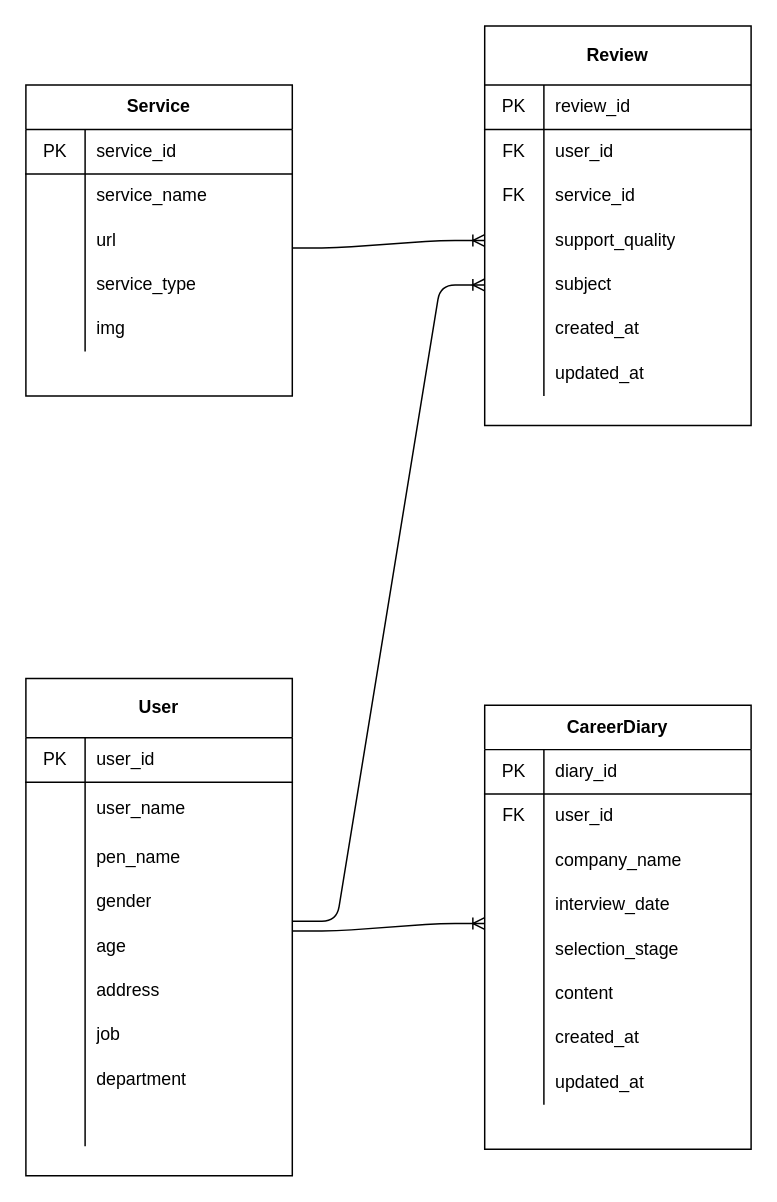
This is venv_private_diary/private_diary/設計図/ER.drawio from kotaro-777/CARICOMI, a draw.io file, before an edit. Source tidied: cells renumbered, new cells numbered last; positions are measured from the earlier drawing's top-left corner, leaving out a move shared by most shapes. Both pictures are drawn from the tidied source at 148%, with x=0, y=0 at pixel (25, 25).
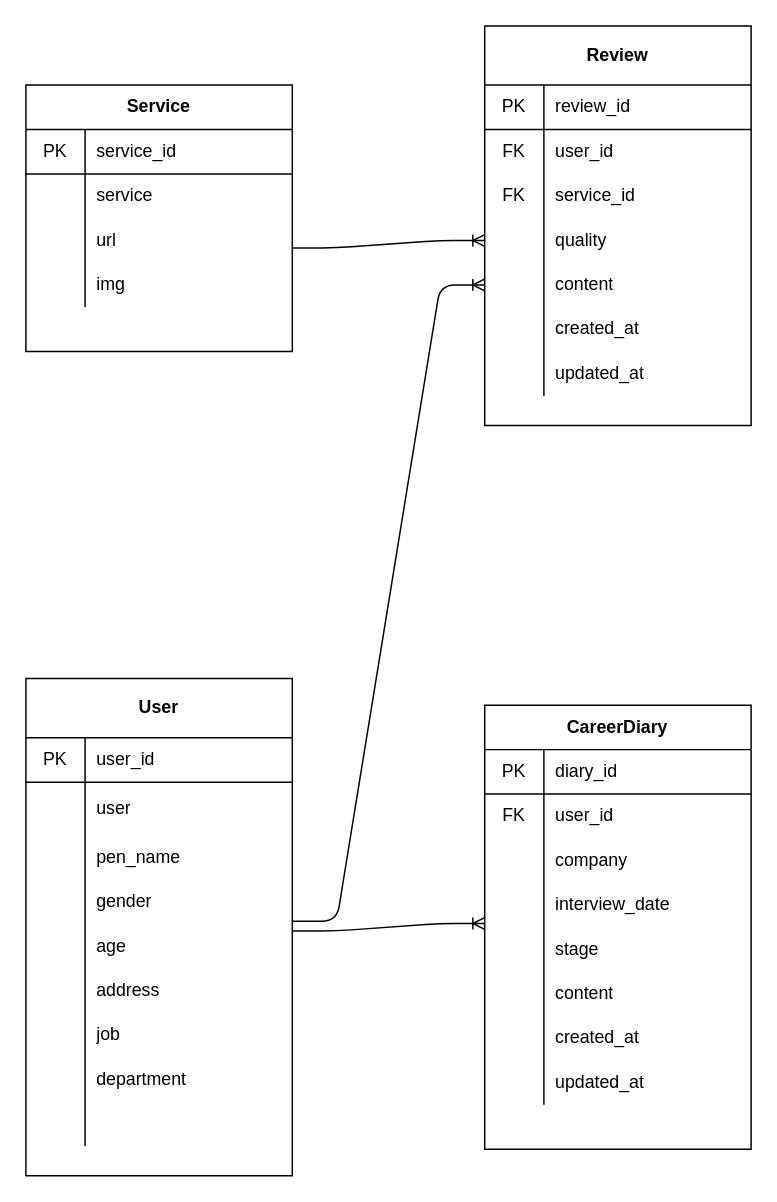
The same diagram, later.

Unchanged cells that the change refers to:
```xml
<mxCell id="6" style="shape=partialRectangle;html=1;whiteSpace=wrap;fillColor=none;top=0;left=0;bottom=0;right=0;" parent="2" vertex="1">
  <mxGeometry y="60" width="180" height="30" as="geometry" />
</mxCell>
<mxCell id="28" style="shape=partialRectangle;html=1;whiteSpace=wrap;fillColor=none;top=0;left=0;bottom=0;right=0;points=[[0,0.5],[1,0.5]];portConstraint=eastwest;" parent="18" vertex="1">
  <mxGeometry y="130" width="180" height="30" as="geometry" />
</mxCell>
<mxCell id="31" style="shape=partialRectangle;html=1;whiteSpace=wrap;fillColor=none;top=0;left=0;bottom=0;right=0;points=[[0,0.5],[1,0.5]];portConstraint=eastwest;" parent="18" vertex="1">
  <mxGeometry y="160" width="180" height="30" as="geometry" />
</mxCell>
<mxCell id="47" style="shape=partialRectangle;html=1;whiteSpace=wrap;fillColor=none;top=0;left=0;bottom=0;right=0;" parent="40" vertex="1">
  <mxGeometry y="90" width="180" height="30" as="geometry" />
</mxCell>
<mxCell id="53" style="shape=partialRectangle;html=1;whiteSpace=wrap;fillColor=none;top=0;left=0;bottom=0;right=0;" parent="40" vertex="1">
  <mxGeometry y="150" width="180" height="30" as="geometry" />
</mxCell>
<mxCell id="69" style="shape=partialRectangle;html=1;whiteSpace=wrap;fillColor=none;top=0;left=0;bottom=0;right=0;" parent="65" vertex="1">
  <mxGeometry y="70" width="180" height="36" as="geometry" />
</mxCell>
```

Change to the diagram source:
```diff
@@
     <mxCell id="2" value="Service" style="shape=table;html=1;whiteSpace=wrap;startSize=30;childLayout=tableLayout;rowLines=0;fontStyle=1;align=center;" parent="1" vertex="1">
-      <mxGeometry y="40" width="180" height="210" as="geometry" />
+      <mxGeometry y="40" width="180" height="180" as="geometry" />
     </mxCell>
@@
-    <mxCell id="8" value="service_name" style="shape=partialRectangle;html=1;whiteSpace=wrap;fillColor=none;top=0;left=0;bottom=0;right=0;align=left;spacingLeft=6;overflow=hidden;" parent="6" vertex="1">
+    <mxCell id="8" value="service" style="shape=partialRectangle;html=1;whiteSpace=wrap;fillColor=none;top=0;left=0;bottom=0;right=0;align=left;spacingLeft=6;overflow=hidden;" parent="6" vertex="1">
       <mxGeometry x="40" width="140" height="30" as="geometry" />
     </mxCell>
@@
-    <mxCell id="12" style="shape=partialRectangle;html=1;whiteSpace=wrap;fillColor=none;top=0;left=0;bottom=0;right=0;" parent="2" vertex="1">
-      <mxGeometry y="120" width="180" height="30" as="geometry" />
-    </mxCell>
-    <mxCell id="13" style="shape=partialRectangle;html=1;whiteSpace=wrap;fillColor=none;top=0;left=0;bottom=0;right=0;overflow=hidden;" parent="12" vertex="1">
-      <mxGeometry width="40" height="30" as="geometry" />
-    </mxCell>
-    <mxCell id="14" value="service_type" style="shape=partialRectangle;html=1;whiteSpace=wrap;fillColor=none;top=0;left=0;bottom=0;right=0;align=left;spacingLeft=6;overflow=hidden;" parent="12" vertex="1">
-      <mxGeometry x="40" width="140" height="30" as="geometry" />
-    </mxCell>
     <mxCell id="15" style="shape=partialRectangle;html=1;whiteSpace=wrap;fillColor=none;top=0;left=0;bottom=0;right=0;" parent="2" vertex="1">
-      <mxGeometry y="150" width="180" height="30" as="geometry" />
+      <mxGeometry y="120" width="180" height="30" as="geometry" />
     </mxCell>
@@
-    <mxCell id="30" value="support_quality" style="shape=partialRectangle;html=1;whiteSpace=wrap;fillColor=none;top=0;left=0;bottom=0;right=0;align=left;spacingLeft=6;overflow=hidden;" parent="28" vertex="1">
+    <mxCell id="30" value="quality" style="shape=partialRectangle;html=1;whiteSpace=wrap;fillColor=none;top=0;left=0;bottom=0;right=0;align=left;spacingLeft=6;overflow=hidden;" parent="28" vertex="1">
       <mxGeometry x="40" width="140" height="30" as="geometry" />
     </mxCell>
@@
-    <mxCell id="33" value="subject" style="shape=partialRectangle;html=1;whiteSpace=wrap;fillColor=none;top=0;left=0;bottom=0;right=0;align=left;spacingLeft=6;overflow=hidden;" parent="31" vertex="1">
+    <mxCell id="33" value="content" style="shape=partialRectangle;html=1;whiteSpace=wrap;fillColor=none;top=0;left=0;bottom=0;right=0;align=left;spacingLeft=6;overflow=hidden;" parent="31" vertex="1">
       <mxGeometry x="40" width="140" height="30" as="geometry" />
     </mxCell>
@@
-    <mxCell id="49" value="company_name" style="shape=partialRectangle;html=1;whiteSpace=wrap;fillColor=none;top=0;left=0;bottom=0;right=0;align=left;spacingLeft=6;overflow=hidden;" parent="47" vertex="1">
+    <mxCell id="49" value="company" style="shape=partialRectangle;html=1;whiteSpace=wrap;fillColor=none;top=0;left=0;bottom=0;right=0;align=left;spacingLeft=6;overflow=hidden;" parent="47" vertex="1">
       <mxGeometry x="40" width="140" height="30" as="geometry" />
     </mxCell>
@@
-    <mxCell id="55" value="selection_stage" style="shape=partialRectangle;html=1;whiteSpace=wrap;fillColor=none;top=0;left=0;bottom=0;right=0;align=left;spacingLeft=6;overflow=hidden;" parent="53" vertex="1">
+    <mxCell id="55" value="stage" style="shape=partialRectangle;html=1;whiteSpace=wrap;fillColor=none;top=0;left=0;bottom=0;right=0;align=left;spacingLeft=6;overflow=hidden;" parent="53" vertex="1">
       <mxGeometry x="40" width="140" height="30" as="geometry" />
     </mxCell>
@@
-    <mxCell id="71" value="user_name" style="shape=partialRectangle;html=1;whiteSpace=wrap;fillColor=none;top=0;left=0;bottom=0;right=0;align=left;spacingLeft=6;overflow=hidden;" parent="69" vertex="1">
+    <mxCell id="71" value="user" style="shape=partialRectangle;html=1;whiteSpace=wrap;fillColor=none;top=0;left=0;bottom=0;right=0;align=left;spacingLeft=6;overflow=hidden;" parent="69" vertex="1">
       <mxGeometry x="40" width="140" height="36" as="geometry" />
     </mxCell>
```
